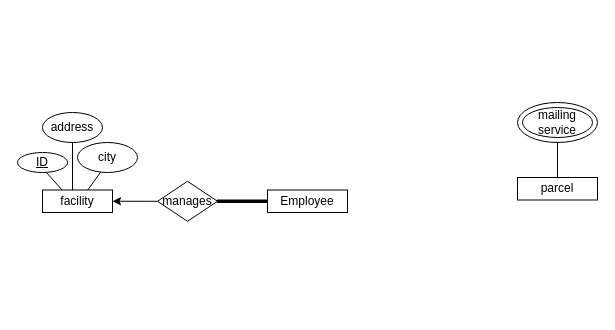
This is Assignment 1 ER Diagram.drawio from Ahmed-S7/Assignment_1, a draw.io file, before an edit. Source tidied: cells renumbered, new cells numbered last; positions are measured from the earlier drawing's top-left corner, leaving out a move shared by most shapes. Both pictures are drawn from the tidied source at 100%, with x=0, y=0 at pixel (17, 82).
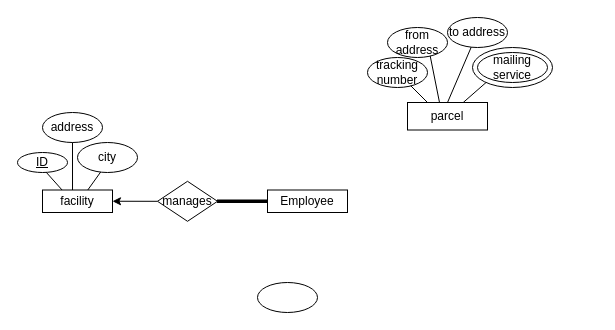
The same page after the edit.

Change to the diagram source:
```diff
@@
     <mxCell id="18" style="edgeStyle=none;rounded=0;jettySize=auto;html=1;" parent="1" edge="1" source="19">
       <mxGeometry relative="1" as="geometry">
-        <mxPoint x="540" y="50" as="targetPoint" />
+        <mxPoint x="480" y="-10" as="targetPoint" />
       </mxGeometry>
     </mxCell>
+    <mxCell id="22" style="edgeStyle=none;rounded=0;jettySize=auto;html=1;exitX=0.25;exitY=0;exitDx=0;exitDy=0;" parent="1" edge="1" source="19">
+      <mxGeometry relative="1" as="geometry">
+        <mxPoint x="380" y="-10" as="targetPoint" />
+      </mxGeometry>
+    </mxCell>
+    <mxCell id="23" style="edgeStyle=none;rounded=0;jettySize=auto;html=1;exitX=0.4;exitY=0;exitDx=0;exitDy=0;exitPerimeter=0;" parent="1" edge="1" source="19">
+      <mxGeometry relative="1" as="geometry">
+        <mxPoint x="410" y="-40" as="targetPoint" />
+      </mxGeometry>
+    </mxCell>
+    <mxCell id="24" style="edgeStyle=none;rounded=0;jettySize=auto;html=1;exitX=0.5;exitY=0;exitDx=0;exitDy=0;" parent="1" edge="1" source="19">
+      <mxGeometry relative="1" as="geometry">
+        <mxPoint x="460" y="-50" as="targetPoint" />
+      </mxGeometry>
+    </mxCell>
     <mxCell id="19" value="parcel" style="whiteSpace=wrap;html=1;" parent="1" vertex="1">
-      <mxGeometry x="500" y="95" width="80" height="22.5" as="geometry" />
+      <mxGeometry x="390" y="20" width="80" height="27.5" as="geometry" />
     </mxCell>
     <mxCell id="20" style="ellipse;whiteSpace=wrap;html=1;" parent="1" vertex="1">
-      <mxGeometry x="500" y="20" width="80" height="40" as="geometry" />
+      <mxGeometry x="455" y="-35" width="80" height="40" as="geometry" />
     </mxCell>
     <mxCell id="21" value="mailing service" style="ellipse;whiteSpace=wrap;html=1;" parent="1" vertex="1">
-      <mxGeometry x="505" y="25" width="70" height="30" as="geometry" />
+      <mxGeometry x="460" y="-30" width="70" height="30" as="geometry" />
     </mxCell>
+    <mxCell id="25" style="ellipse;whiteSpace=wrap;html=1;" parent="1" vertex="1">
+      <mxGeometry x="240" y="200" width="60" height="30" as="geometry" />
+    </mxCell>
+    <mxCell id="26" value="to address" style="ellipse;whiteSpace=wrap;html=1;" parent="1" vertex="1">
+      <mxGeometry x="430" y="-65" width="60" height="30" as="geometry" />
+    </mxCell>
+    <mxCell id="27" value="from address" style="ellipse;whiteSpace=wrap;html=1;" parent="1" vertex="1">
+      <mxGeometry x="370" y="-55" width="60" height="30" as="geometry" />
+    </mxCell>
+    <mxCell id="28" value="tracking number" style="ellipse;whiteSpace=wrap;html=1;" parent="1" vertex="1">
+      <mxGeometry x="350" y="-25" width="60" height="30" as="geometry" />
+    </mxCell>
```
